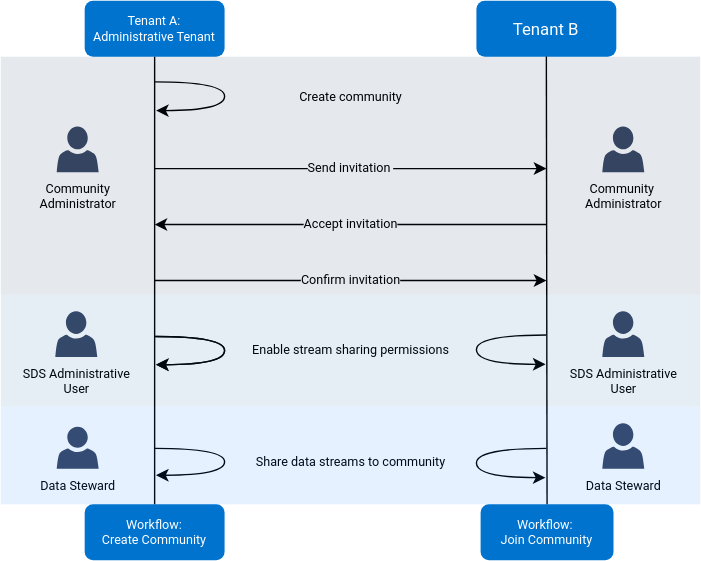
The draw.io diagram content/communities/images/workflow-community-setup.drawio.svg in AVEVA/CONNECT-data-services-developer-docs, before a commit. Source tidied: cells renumbered, new cells last; positions are measured from the earlier drawing's top-left corner, leaving out a move shared by most shapes.
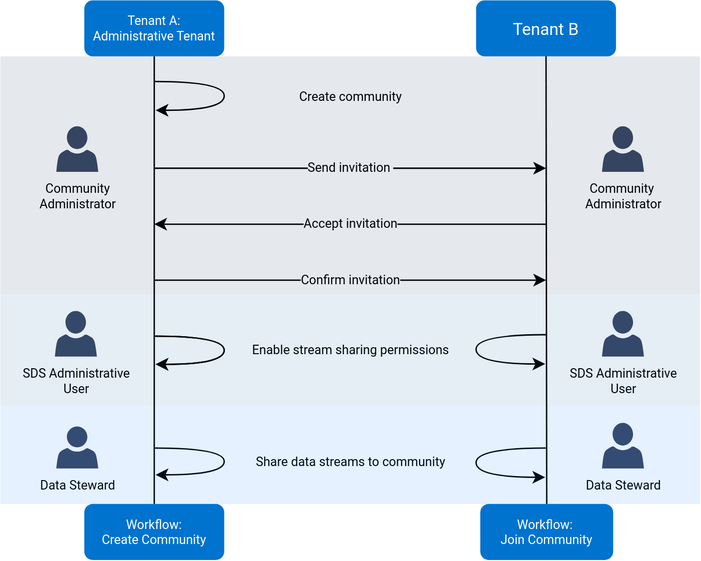
Above is the later version.

Diff of the diagram source:
```diff
@@ -2,7 +2,10 @@
   <root>
     <mxCell id="0" />
     <mxCell id="1" parent="0" />
+    <mxCell id="26" style="group;" parent="1" vertex="1">
+      <mxGeometry width="500" height="400" as="geometry" />
+    </mxCell>
-    <mxCell id="2" value="Tenant A:&#10;Administrative Tenant" style="shape=umlLifeline;perimeter=lifelinePerimeter;rounded=1;shadow=0;strokeWidth=1;fontFamily=roboto;fontSource=https%3A%2F%2Ffonts.googleapis.com%2Fcss%3Ffamily%3Droboto;fillColor=#0073CF;fontColor=#FFFFFF;strokeColor=none;fontSize=9;" parent="1" vertex="1">
+    <mxCell id="2" value="Tenant A:&#10;Administrative Tenant" style="shape=umlLifeline;perimeter=lifelinePerimeter;rounded=1;shadow=0;strokeWidth=1;fontFamily=roboto;fontSource=https%3A%2F%2Ffonts.googleapis.com%2Fcss%3Ffamily%3Droboto;fillColor=#0073CF;fontColor=#FFFFFF;strokeColor=none;fontSize=9;" parent="26" vertex="1">
       <mxGeometry x="60" width="100" height="360" as="geometry" />
     </mxCell>
     <mxCell id="3" style="endArrow=classic;html=1;rounded=0;fontSize=9;edgeStyle=orthogonalEdgeStyle;curved=1;entryX=0.51;entryY=0.221;entryDx=0;entryDy=0;entryPerimeter=0;startArrow=none;exitX=0.508;exitY=0.165;exitDx=0;exitDy=0;exitPerimeter=0;fontFamily=roboto;fontSource=https%3A%2F%2Ffonts.googleapis.com%2Fcss%3Ffamily%3Droboto;" parent="2" edge="1">
@@ -15,7 +18,7 @@
         </Array>
       </mxGeometry>
     </mxCell>
-    <mxCell id="4" value="Tenant B" style="shape=umlLifeline;perimeter=lifelinePerimeter;rounded=1;shadow=0;strokeWidth=1;strokeColor=none;fontFamily=roboto;fontSource=https%3A%2F%2Ffonts.googleapis.com%2Fcss%3Ffamily%3Droboto;fillColor=#0073CF;fontColor=#FFFFFF;" parent="1" vertex="1">
+    <mxCell id="4" value="Tenant B" style="shape=umlLifeline;perimeter=lifelinePerimeter;rounded=1;shadow=0;strokeWidth=1;strokeColor=none;fontFamily=roboto;fontSource=https%3A%2F%2Ffonts.googleapis.com%2Fcss%3Ffamily%3Droboto;fillColor=#0073CF;fontColor=#FFFFFF;" parent="26" vertex="1">
       <mxGeometry x="340" width="100" height="360" as="geometry" />
     </mxCell>
     <mxCell id="5" style="endArrow=classic;html=1;rounded=0;fontSize=9;edgeStyle=orthogonalEdgeStyle;curved=1;entryX=0.494;entryY=0.722;entryDx=0;entryDy=0;entryPerimeter=0;startArrow=none;endFill=1;startFill=0;fontFamily=roboto;fontSource=https%3A%2F%2Ffonts.googleapis.com%2Fcss%3Ffamily%3Droboto;" parent="4" edge="1">
@@ -28,10 +31,10 @@
         </Array>
       </mxGeometry>
     </mxCell>
-    <mxCell id="6" value="&lt;font style=&quot;font-size: 9px;&quot;&gt;Workflow:&amp;nbsp;&lt;br&gt;Join Community&lt;br&gt;&lt;/font&gt;" style="rounded=1;whiteSpace=wrap;html=1;fontSize=9;strokeColor=none;fontFamily=roboto;fontSource=https%3A%2F%2Ffonts.googleapis.com%2Fcss%3Ffamily%3Droboto;fillColor=#0073CF;fontColor=#FFFFFF;glass=0;" parent="1" vertex="1">
+    <mxCell id="6" value="&lt;font style=&quot;font-size: 9px;&quot;&gt;Workflow:&amp;nbsp;&lt;br&gt;Join Community&lt;br&gt;&lt;/font&gt;" style="rounded=1;whiteSpace=wrap;html=1;fontSize=9;strokeColor=none;fontFamily=roboto;fontSource=https%3A%2F%2Ffonts.googleapis.com%2Fcss%3Ffamily%3Droboto;fillColor=#0073CF;fontColor=#FFFFFF;glass=0;" parent="26" vertex="1">
       <mxGeometry x="343" y="360" width="95" height="40" as="geometry" />
     </mxCell>
-    <mxCell id="7" value="Create community" style="endArrow=classic;html=1;rounded=0;fontSize=9;edgeStyle=orthogonalEdgeStyle;curved=1;entryX=0.51;entryY=0.221;entryDx=0;entryDy=0;entryPerimeter=0;startArrow=none;fontFamily=roboto;fontSource=https%3A%2F%2Ffonts.googleapis.com%2Fcss%3Ffamily%3Droboto;" parent="1" edge="1">
+    <mxCell id="7" value="Create community" style="endArrow=classic;html=1;rounded=0;fontSize=9;edgeStyle=orthogonalEdgeStyle;curved=1;entryX=0.51;entryY=0.221;entryDx=0;entryDy=0;entryPerimeter=0;startArrow=none;fontFamily=roboto;fontSource=https%3A%2F%2Ffonts.googleapis.com%2Fcss%3Ffamily%3Droboto;" parent="26" edge="1">
       <mxGeometry x="0.03" y="90" relative="1" as="geometry">
         <mxPoint x="110" y="58" as="sourcePoint" />
         <mxPoint x="111" y="78.6" as="targetPoint" />
@@ -41,28 +44,28 @@
         </Array>
       </mxGeometry>
     </mxCell>
-    <mxCell id="8" value="&lt;font style=&quot;font-size: 9px;&quot;&gt;Workflow: &lt;br&gt;Create Community&lt;/font&gt;" style="rounded=1;whiteSpace=wrap;html=1;fontSize=9;strokeColor=none;fontFamily=roboto;fontSource=https%3A%2F%2Ffonts.googleapis.com%2Fcss%3Ffamily%3Droboto;fillColor=#0073CF;fontColor=#FFFFFF;glass=0;" parent="1" vertex="1">
+    <mxCell id="8" value="&lt;font style=&quot;font-size: 9px;&quot;&gt;Workflow: &lt;br&gt;Create Community&lt;/font&gt;" style="rounded=1;whiteSpace=wrap;html=1;fontSize=9;strokeColor=none;fontFamily=roboto;fontSource=https%3A%2F%2Ffonts.googleapis.com%2Fcss%3Ffamily%3Droboto;fillColor=#0073CF;fontColor=#FFFFFF;glass=0;" parent="26" vertex="1">
       <mxGeometry x="60" y="360" width="100" height="40" as="geometry" />
     </mxCell>
-    <mxCell id="9" value="Send invitation&amp;nbsp;" style="endArrow=classic;html=1;rounded=0;fontSize=9;curved=1;fontFamily=roboto;fontSource=https%3A%2F%2Ffonts.googleapis.com%2Fcss%3Ffamily%3Droboto;labelBackgroundColor=default;" parent="1" edge="1">
+    <mxCell id="9" value="Send invitation&amp;nbsp;" style="endArrow=classic;html=1;rounded=0;fontSize=9;curved=1;fontFamily=roboto;fontSource=https%3A%2F%2Ffonts.googleapis.com%2Fcss%3Ffamily%3Droboto;labelBackgroundColor=default;" parent="26" edge="1">
       <mxGeometry relative="1" as="geometry">
         <mxPoint x="110" y="120" as="sourcePoint" />
         <mxPoint x="390" y="120" as="targetPoint" />
       </mxGeometry>
     </mxCell>
-    <mxCell id="10" value="Accept invitation" style="endArrow=classic;html=1;rounded=0;fontSize=9;curved=1;fontFamily=roboto;fontSource=https%3A%2F%2Ffonts.googleapis.com%2Fcss%3Ffamily%3Droboto;" parent="1" edge="1">
+    <mxCell id="10" value="Accept invitation" style="endArrow=classic;html=1;rounded=0;fontSize=9;curved=1;fontFamily=roboto;fontSource=https%3A%2F%2Ffonts.googleapis.com%2Fcss%3Ffamily%3Droboto;" parent="26" edge="1">
       <mxGeometry relative="1" as="geometry">
         <mxPoint x="390" y="160" as="sourcePoint" />
         <mxPoint x="110" y="160" as="targetPoint" />
       </mxGeometry>
     </mxCell>
-    <mxCell id="11" value="Confirm invitation" style="endArrow=classic;html=1;rounded=0;fontSize=9;curved=1;fontFamily=roboto;fontSource=https%3A%2F%2Ffonts.googleapis.com%2Fcss%3Ffamily%3Droboto;" parent="1" edge="1">
+    <mxCell id="11" value="Confirm invitation" style="endArrow=classic;html=1;rounded=0;fontSize=9;curved=1;fontFamily=roboto;fontSource=https%3A%2F%2Ffonts.googleapis.com%2Fcss%3Ffamily%3Droboto;" parent="26" edge="1">
       <mxGeometry relative="1" as="geometry">
         <mxPoint x="110" y="200" as="sourcePoint" />
         <mxPoint x="390" y="200" as="targetPoint" />
       </mxGeometry>
     </mxCell>
-    <mxCell id="12" value="Enable stream sharing permissions" style="endArrow=classic;html=1;rounded=0;fontSize=9;edgeStyle=orthogonalEdgeStyle;curved=1;entryX=0.51;entryY=0.221;entryDx=0;entryDy=0;entryPerimeter=0;startArrow=none;fontFamily=roboto;fontSource=https%3A%2F%2Ffonts.googleapis.com%2Fcss%3Ffamily%3Droboto;" parent="1" edge="1">
+    <mxCell id="12" value="Enable stream sharing permissions" style="endArrow=classic;html=1;rounded=0;fontSize=9;edgeStyle=orthogonalEdgeStyle;curved=1;entryX=0.51;entryY=0.221;entryDx=0;entryDy=0;entryPerimeter=0;startArrow=none;fontFamily=roboto;fontSource=https%3A%2F%2Ffonts.googleapis.com%2Fcss%3Ffamily%3Droboto;" parent="26" edge="1">
       <mxGeometry y="90" relative="1" as="geometry">
         <mxPoint x="110" y="240" as="sourcePoint" />
         <mxPoint x="111" y="260.2" as="targetPoint" />
@@ -72,7 +75,7 @@
         </Array>
       </mxGeometry>
     </mxCell>
-    <mxCell id="13" style="endArrow=classic;html=1;rounded=0;fontSize=9;edgeStyle=orthogonalEdgeStyle;curved=1;entryX=0.494;entryY=0.722;entryDx=0;entryDy=0;entryPerimeter=0;startArrow=none;endFill=1;startFill=0;fontFamily=roboto;fontSource=https%3A%2F%2Ffonts.googleapis.com%2Fcss%3Ffamily%3Droboto;" parent="1" edge="1" target="4">
+    <mxCell id="13" style="endArrow=classic;html=1;rounded=0;fontSize=9;edgeStyle=orthogonalEdgeStyle;curved=1;entryX=0.494;entryY=0.722;entryDx=0;entryDy=0;entryPerimeter=0;startArrow=none;endFill=1;startFill=0;fontFamily=roboto;fontSource=https%3A%2F%2Ffonts.googleapis.com%2Fcss%3Ffamily%3Droboto;" parent="26" edge="1" target="4">
       <mxGeometry y="-30" relative="1" as="geometry">
         <mxPoint x="390" y="239" as="sourcePoint" />
         <Array as="points">
@@ -81,13 +84,13 @@
         </Array>
       </mxGeometry>
     </mxCell>
-    <mxCell id="14" value="Community&amp;nbsp;&lt;br style=&quot;font-size: 9px;&quot;&gt;Administrator" style="sketch=0;shadow=0;dashed=0;html=1;strokeColor=none;fillColor=#3a4763;labelPosition=center;verticalLabelPosition=bottom;verticalAlign=top;align=center;shape=mxgraph.office.users.user;fontSize=9;fontFamily=roboto;fontSource=https%3A%2F%2Ffonts.googleapis.com%2Fcss%3Ffamily%3Droboto;" parent="1" vertex="1">
+    <mxCell id="14" value="Community&amp;nbsp;&lt;br style=&quot;font-size: 9px;&quot;&gt;Administrator" style="sketch=0;shadow=0;dashed=0;html=1;strokeColor=none;fillColor=#3a4763;labelPosition=center;verticalLabelPosition=bottom;verticalAlign=top;align=center;shape=mxgraph.office.users.user;fontSize=9;fontFamily=roboto;fontSource=https%3A%2F%2Ffonts.googleapis.com%2Fcss%3Ffamily%3Droboto;" parent="26" vertex="1">
       <mxGeometry x="430" y="90" width="30" height="32.6" as="geometry" />
     </mxCell>
-    <mxCell id="15" value="SDS Administrative&lt;br&gt;User" style="sketch=0;shadow=0;dashed=0;html=1;strokeColor=none;fillColor=#3a4763;labelPosition=center;verticalLabelPosition=bottom;verticalAlign=top;align=center;shape=mxgraph.office.users.user;fontSize=9;fontFamily=roboto;fontSource=https%3A%2F%2Ffonts.googleapis.com%2Fcss%3Ffamily%3Droboto;" parent="1" vertex="1">
+    <mxCell id="15" value="SDS Administrative&lt;br&gt;User" style="sketch=0;shadow=0;dashed=0;html=1;strokeColor=none;fillColor=#3a4763;labelPosition=center;verticalLabelPosition=bottom;verticalAlign=top;align=center;shape=mxgraph.office.users.user;fontSize=9;fontFamily=roboto;fontSource=https%3A%2F%2Ffonts.googleapis.com%2Fcss%3Ffamily%3Droboto;" parent="26" vertex="1">
       <mxGeometry x="430" y="222" width="30" height="32.6" as="geometry" />
     </mxCell>
-    <mxCell id="16" value="Share data streams to community" style="endArrow=classic;html=1;rounded=0;fontSize=9;edgeStyle=orthogonalEdgeStyle;curved=1;entryX=0.51;entryY=0.221;entryDx=0;entryDy=0;entryPerimeter=0;startArrow=none;fontFamily=roboto;fontSource=https%3A%2F%2Ffonts.googleapis.com%2Fcss%3Ffamily%3Droboto;" parent="1" edge="1">
+    <mxCell id="16" value="Share data streams to community" style="endArrow=classic;html=1;rounded=0;fontSize=9;edgeStyle=orthogonalEdgeStyle;curved=1;entryX=0.51;entryY=0.221;entryDx=0;entryDy=0;entryPerimeter=0;startArrow=none;fontFamily=roboto;fontSource=https%3A%2F%2Ffonts.googleapis.com%2Fcss%3Ffamily%3Droboto;" parent="26" edge="1">
       <mxGeometry x="0.02" y="90" relative="1" as="geometry">
         <mxPoint x="110" y="320" as="sourcePoint" />
         <mxPoint x="111" y="339.2" as="targetPoint" />
@@ -97,33 +100,33 @@
         </Array>
       </mxGeometry>
     </mxCell>
-    <mxCell id="17" value="Data Steward" style="sketch=0;shadow=0;dashed=0;html=1;strokeColor=none;fillColor=#3a4763;labelPosition=center;verticalLabelPosition=bottom;verticalAlign=top;align=center;shape=mxgraph.office.users.user;fontSize=9;fontFamily=roboto;fontSource=https%3A%2F%2Ffonts.googleapis.com%2Fcss%3Ffamily%3Droboto;" parent="1" vertex="1">
+    <mxCell id="17" value="Data Steward" style="sketch=0;shadow=0;dashed=0;html=1;strokeColor=none;fillColor=#3a4763;labelPosition=center;verticalLabelPosition=bottom;verticalAlign=top;align=center;shape=mxgraph.office.users.user;fontSize=9;fontFamily=roboto;fontSource=https%3A%2F%2Ffonts.googleapis.com%2Fcss%3Ffamily%3Droboto;" parent="26" vertex="1">
       <mxGeometry x="430" y="302" width="30" height="32.6" as="geometry" />
     </mxCell>
-    <mxCell id="18" value="SDS Administrative &lt;br&gt;User" style="sketch=0;shadow=0;dashed=0;html=1;strokeColor=none;fillColor=#3a4763;labelPosition=center;verticalLabelPosition=bottom;verticalAlign=top;align=center;shape=mxgraph.office.users.user;fontSize=9;fontFamily=roboto;fontSource=https%3A%2F%2Ffonts.googleapis.com%2Fcss%3Ffamily%3Droboto;" parent="1" vertex="1">
+    <mxCell id="18" value="SDS Administrative &lt;br&gt;User" style="sketch=0;shadow=0;dashed=0;html=1;strokeColor=none;fillColor=#3a4763;labelPosition=center;verticalLabelPosition=bottom;verticalAlign=top;align=center;shape=mxgraph.office.users.user;fontSize=9;fontFamily=roboto;fontSource=https%3A%2F%2Ffonts.googleapis.com%2Fcss%3Ffamily%3Droboto;" parent="26" vertex="1">
       <mxGeometry x="39" y="222" width="30" height="32.6" as="geometry" />
     </mxCell>
-    <mxCell id="19" value="Data Steward" style="sketch=0;shadow=0;dashed=0;html=1;strokeColor=none;fillColor=#3a4763;labelPosition=center;verticalLabelPosition=bottom;verticalAlign=top;align=center;shape=mxgraph.office.users.user;fontSize=9;fontFamily=roboto;fontSource=https%3A%2F%2Ffonts.googleapis.com%2Fcss%3Ffamily%3Droboto;" parent="1" vertex="1">
+    <mxCell id="19" value="Data Steward" style="sketch=0;shadow=0;dashed=0;html=1;strokeColor=none;fillColor=#3a4763;labelPosition=center;verticalLabelPosition=bottom;verticalAlign=top;align=center;shape=mxgraph.office.users.user;fontSize=9;fontFamily=roboto;fontSource=https%3A%2F%2Ffonts.googleapis.com%2Fcss%3Ffamily%3Droboto;" parent="26" vertex="1">
       <mxGeometry x="40" y="304.6" width="30" height="30" as="geometry" />
     </mxCell>
-    <mxCell id="20" value="Community&lt;br style=&quot;font-size: 9px;&quot;&gt;Administrator" style="sketch=0;shadow=0;dashed=0;html=1;strokeColor=none;fillColor=#3a4763;labelPosition=center;verticalLabelPosition=bottom;verticalAlign=top;align=center;shape=mxgraph.office.users.user;fontSize=9;fontFamily=roboto;fontSource=https%3A%2F%2Ffonts.googleapis.com%2Fcss%3Ffamily%3Droboto;" parent="1" vertex="1">
+    <mxCell id="20" value="Community&lt;br style=&quot;font-size: 9px;&quot;&gt;Administrator" style="sketch=0;shadow=0;dashed=0;html=1;strokeColor=none;fillColor=#3a4763;labelPosition=center;verticalLabelPosition=bottom;verticalAlign=top;align=center;shape=mxgraph.office.users.user;fontSize=9;fontFamily=roboto;fontSource=https%3A%2F%2Ffonts.googleapis.com%2Fcss%3Ffamily%3Droboto;" parent="26" vertex="1">
       <mxGeometry x="40" y="90" width="30" height="32.6" as="geometry" />
     </mxCell>
-    <mxCell id="21" style="endArrow=none;html=1;rounded=0;fontFamily=Mulish;fontSource=https%3A%2F%2Ffonts.googleapis.com%2Fcss%3Ffamily%3DMulish;fontSize=12;fontColor=#FFFFFF;curved=1;exitX=0.5;exitY=0;exitDx=0;exitDy=0;" parent="1" edge="1" source="8">
+    <mxCell id="21" style="endArrow=none;html=1;rounded=0;fontFamily=Mulish;fontSource=https%3A%2F%2Ffonts.googleapis.com%2Fcss%3Ffamily%3DMulish;fontSize=12;fontColor=#FFFFFF;curved=1;exitX=0.5;exitY=0;exitDx=0;exitDy=0;" parent="26" edge="1" source="8">
       <mxGeometry relative="1" as="geometry">
         <mxPoint x="110" y="40" as="targetPoint" />
       </mxGeometry>
     </mxCell>
-    <mxCell id="22" style="endArrow=none;html=1;rounded=0;fontFamily=Mulish;fontSource=https%3A%2F%2Ffonts.googleapis.com%2Fcss%3Ffamily%3DMulish;fontSize=12;fontColor=#FFFFFF;curved=1;entryX=0.5;entryY=0.111;entryDx=0;entryDy=0;entryPerimeter=0;exitX=0.5;exitY=0;exitDx=0;exitDy=0;" parent="1" edge="1" source="6" target="4">
+    <mxCell id="22" style="endArrow=none;html=1;rounded=0;fontFamily=Mulish;fontSource=https%3A%2F%2Ffonts.googleapis.com%2Fcss%3Ffamily%3DMulish;fontSize=12;fontColor=#FFFFFF;curved=1;entryX=0.5;entryY=0.111;entryDx=0;entryDy=0;entryPerimeter=0;exitX=0.5;exitY=0;exitDx=0;exitDy=0;" parent="26" edge="1" source="6" target="4">
       <mxGeometry relative="1" as="geometry" />
     </mxCell>
-    <mxCell id="23" style="rounded=0;whiteSpace=wrap;html=1;glass=0;fontFamily=Mulish;fontSource=https%3A%2F%2Ffonts.googleapis.com%2Fcss%3Ffamily%3DMulish;fontSize=12;fontColor=#FFFFFF;strokeColor=none;fillColor=#00559a;opacity=10;" parent="1" vertex="1">
+    <mxCell id="23" style="rounded=0;whiteSpace=wrap;html=1;glass=0;fontFamily=Mulish;fontSource=https%3A%2F%2Ffonts.googleapis.com%2Fcss%3Ffamily%3DMulish;fontSize=12;fontColor=#FFFFFF;strokeColor=none;fillColor=#00559a;opacity=10;" parent="26" vertex="1">
       <mxGeometry y="210" width="500" height="80" as="geometry" />
     </mxCell>
-    <mxCell id="24" style="rounded=0;whiteSpace=wrap;html=1;glass=0;fontFamily=Mulish;fontSource=https%3A%2F%2Ffonts.googleapis.com%2Fcss%3Ffamily%3DMulish;fontSize=12;strokeColor=none;fillColor=#002b4e;opacity=10;textOpacity=30;" parent="1" vertex="1">
+    <mxCell id="24" style="rounded=0;whiteSpace=wrap;html=1;glass=0;fontFamily=Mulish;fontSource=https%3A%2F%2Ffonts.googleapis.com%2Fcss%3Ffamily%3DMulish;fontSize=12;strokeColor=none;fillColor=#002b4e;opacity=10;textOpacity=30;" parent="26" vertex="1">
       <mxGeometry y="40" width="500" height="170" as="geometry" />
     </mxCell>
-    <mxCell id="25" style="rounded=0;whiteSpace=wrap;html=1;glass=0;fontFamily=Mulish;fontSource=https%3A%2F%2Ffonts.googleapis.com%2Fcss%3Ffamily%3DMulish;fontSize=12;fontColor=#FFFFFF;strokeColor=none;fillColor=#007bff;opacity=10;" parent="1" vertex="1">
+    <mxCell id="25" style="rounded=0;whiteSpace=wrap;html=1;glass=0;fontFamily=Mulish;fontSource=https%3A%2F%2Ffonts.googleapis.com%2Fcss%3Ffamily%3DMulish;fontSize=12;fontColor=#FFFFFF;strokeColor=none;fillColor=#007bff;opacity=10;" parent="26" vertex="1">
       <mxGeometry y="290" width="500" height="70" as="geometry" />
     </mxCell>
   </root>
```
